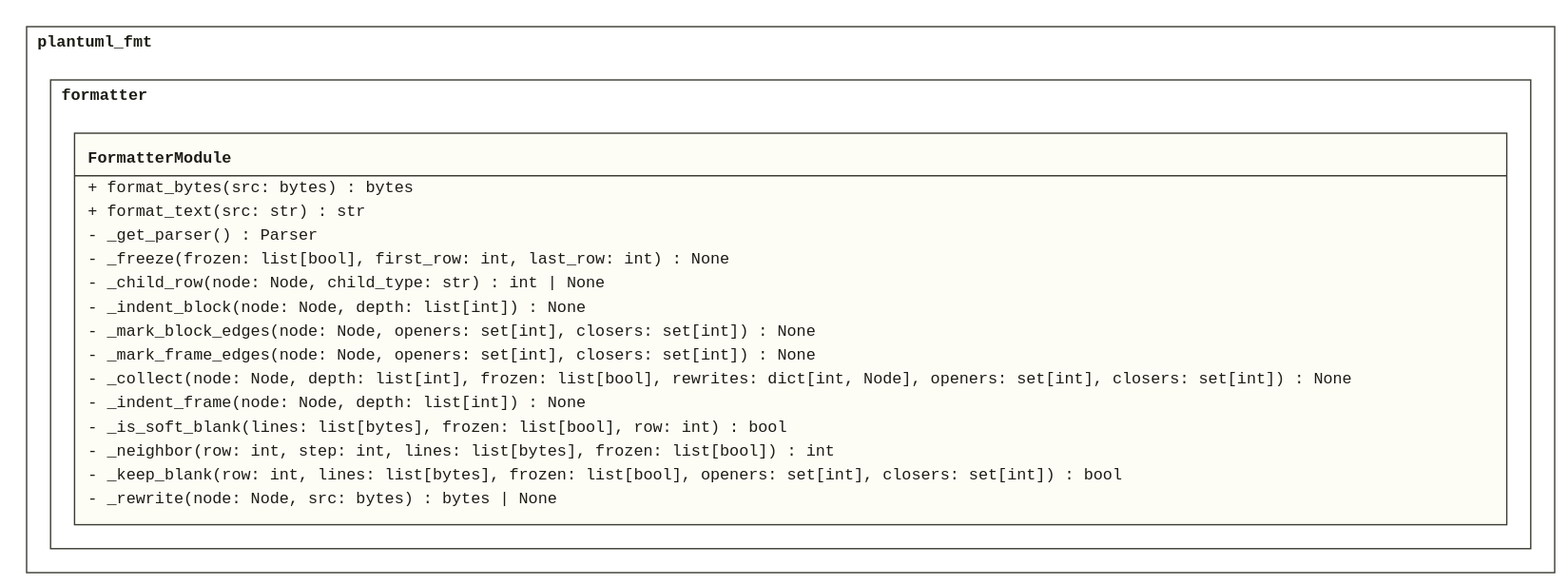
Before: doc/assets/CL_Formatter.svg, a diagram exported from PlantUML (derivasoftware/plantuml-fmt). Its source is kept beside it as design/lld/plantuml_fmt/CL_Formatter.puml.
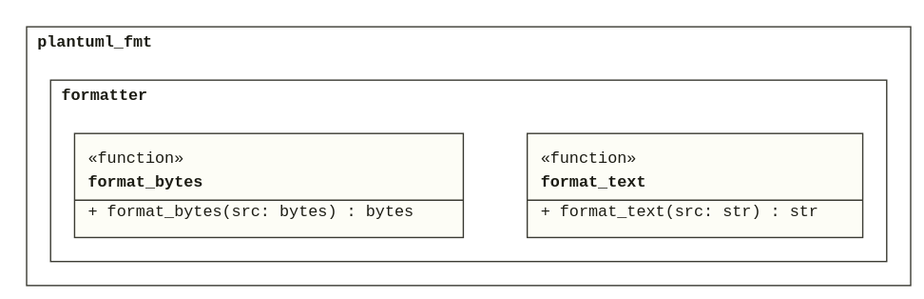
The same diagram one commit later.

Commit message:
Model the module functions on the function axis (BOK-00139-1)

The edit, as a diff of the source:
```diff
@@ -3,23 +3,12 @@
 !startsub FormatterModule
 
 namespace plantuml_fmt.formatter {
-  class "<<module>>" as FormatterModule {
+  class format_bytes <<function>> {
     + format_bytes(src: bytes) : bytes
+  }
+  class format_text <<function>> {
     + format_text(src: str) : str
-    - _get_parser() : Parser
-    - _freeze(frozen: list[bool], first_row: int, last_row: int) : None
-    - _child_row(node: Node, child_type: str) : int | None
-    - _indent_block(node: Node, depth: list[int]) : None
-    - _mark_block_edges(node: Node, openers: set[int], closers: set[int]) : None
-    - _mark_frame_edges(node: Node, openers: set[int], closers: set[int]) : None
-    - _collect(node: Node, depth: list[int], frozen: list[bool], rewrites: dict[int, Node], openers: set[int], closers: set[int]) : None
-    - _indent_frame(node: Node, depth: list[int]) : None
-    - _is_soft_blank(lines: list[bytes], frozen: list[bool], row: int) : bool
-    - _neighbor(row: int, step: int, lines: list[bytes], frozen: list[bool]) : int
-    - _keep_blank(row: int, lines: list[bytes], frozen: list[bool], openers: set[int], closers: set[int]) : bool
-    - _rewrite(node: Node, src: bytes) : bytes | None
   }
-  FormatterModule ..> plantuml_fmt.rules.RulesModule
 }
 
 !endsub
```
